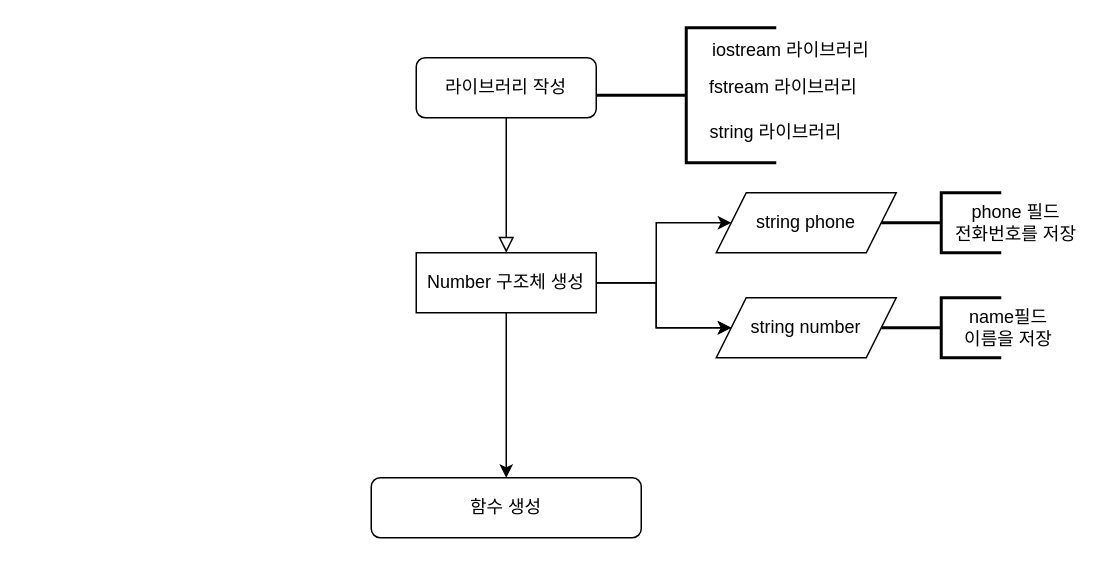
Before: 소프트웨어공학 과제.drawio in kgr5013/kgr5013, a draw.io diagram. Source tidied: cells renumbered, new cells numbered last; positions are measured from the earlier drawing's top-left corner, leaving out a move shared by most shapes. Both pictures are drawn from the tidied source at 150%, with x=0, y=0 at pixel (370, 27).
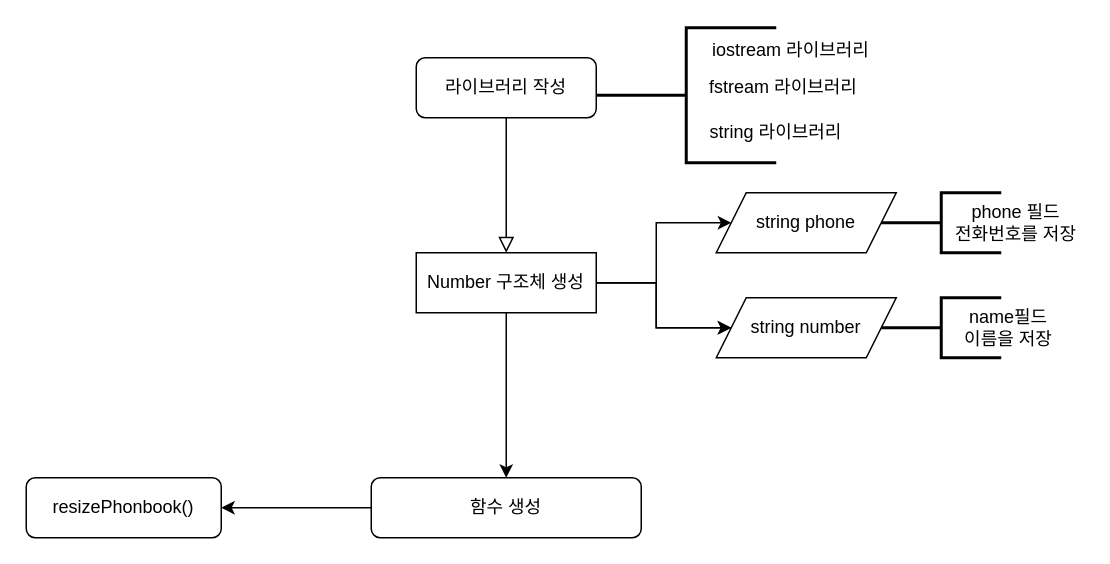
The same diagram, later.

Commit message:
소프트웨어공학 과제.drawio 업데이트

The change refers to these unchanged cells:
```xml
<mxCell id="20" value="함수 생성" style="rounded=1;whiteSpace=wrap;html=1;" parent="1" vertex="1">
  <mxGeometry y="300" width="180" height="40" as="geometry" />
</mxCell>
```

What changed in the source:
```diff
@@
+    <mxCell id="21" style="edgeStyle=orthogonalEdgeStyle;rounded=0;jettySize=auto;html=1;" parent="1" edge="1" source="20" target="22">
+      <mxGeometry relative="1" as="geometry" />
+    </mxCell>
@@
+    <mxCell id="22" value="resizePhonbook()" style="rounded=1;whiteSpace=wrap;html=1;" parent="1" vertex="1">
+      <mxGeometry x="-230" y="300" width="130" height="40" as="geometry" />
+    </mxCell>
```
